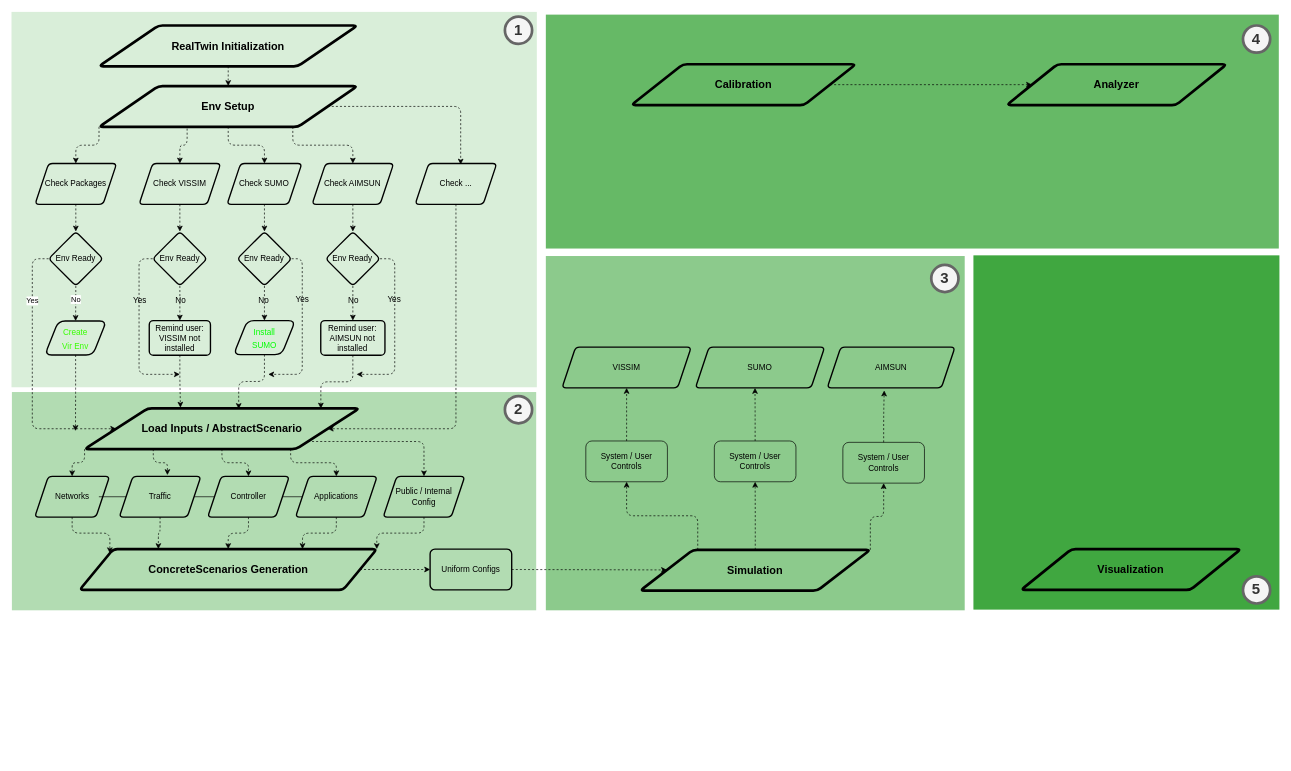
Earlier version of the draw.io diagram docs/realtwin_dev_framework.drawio (ORNL-Real-Sim/Real-Twin). Source tidied: cells renumbered, new cells numbered last; positions are measured from the earlier drawing's top-left corner, leaving out a move shared by most shapes. Both pictures are drawn from the tidied source at 68%, with x=0, y=0 at pixel (11, 12).
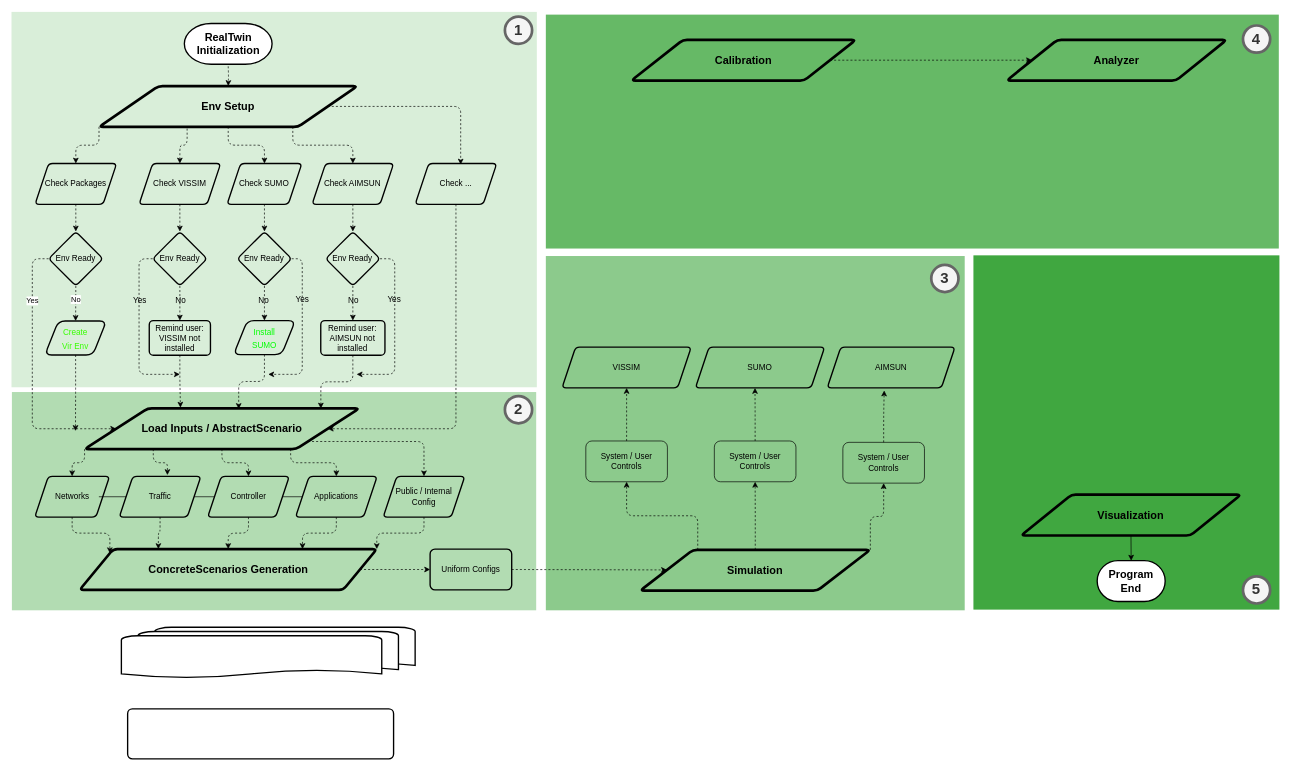
The same page after the edit.

The change refers to these unchanged cells:
```xml
<mxCell id="58" value="&lt;b&gt;&lt;font style=&quot;font-size: 16px;&quot;&gt;Env Setup&lt;/font&gt;&lt;/b&gt;" style="shape=parallelogram;html=1;strokeWidth=4;perimeter=parallelogramPerimeter;whiteSpace=wrap;rounded=1;arcSize=12;size=0.23;fillColor=none;" parent="1" vertex="1">
  <mxGeometry x="129.1" y="109" width="380" height="60" as="geometry" />
</mxCell>
```

Diff of the diagram source:
```diff
@@
-    <mxCell id="59" style="edgeStyle=orthogonalEdgeStyle;html=1;exitX=0.5;exitY=1;exitDx=0;exitDy=0;entryX=0.5;entryY=0;entryDx=0;entryDy=0;dashed=1;fontSize=12;endArrow=classic;endFill=1;" parent="1" edge="1" source="60" target="58">
-      <mxGeometry relative="1" as="geometry" />
+    <mxCell id="59" style="edgeStyle=orthogonalEdgeStyle;html=1;exitX=0.5;exitY=1;exitDx=0;exitDy=0;entryX=0.5;entryY=0;entryDx=0;entryDy=0;dashed=1;fontSize=12;endArrow=classic;endFill=1;" parent="1" edge="1" target="58">
+      <mxGeometry relative="1" as="geometry">
+        <mxPoint x="319.1" y="80" as="sourcePoint" />
+      </mxGeometry>
     </mxCell>
-    <mxCell id="60" value="&lt;b&gt;&lt;font style=&quot;font-size: 16px;&quot;&gt;RealTwin Initialization&lt;/font&gt;&lt;/b&gt;" style="shape=parallelogram;html=1;strokeWidth=4;perimeter=parallelogramPerimeter;whiteSpace=wrap;rounded=1;arcSize=12;size=0.23;fillColor=none;" parent="1" vertex="1">
-      <mxGeometry x="129.1" y="20" width="380" height="60" as="geometry" />
-    </mxCell>
@@
     <mxCell id="84" value="&lt;b&gt;&lt;font style=&quot;font-size: 16px;&quot;&gt;Calibration&lt;/font&gt;&lt;/b&gt;" style="shape=parallelogram;html=1;strokeWidth=4;perimeter=parallelogramPerimeter;whiteSpace=wrap;rounded=1;arcSize=12;size=0.23;fillColor=none;" parent="1" vertex="1">
-      <mxGeometry x="912" y="77" width="330.1" height="60" as="geometry" />
+      <mxGeometry x="912" y="41" width="330.1" height="60" as="geometry" />
     </mxCell>
     <mxCell id="85" value="&lt;b&gt;&lt;font style=&quot;font-size: 16px;&quot;&gt;Analyzer&lt;/font&gt;&lt;/b&gt;" style="shape=parallelogram;html=1;strokeWidth=4;perimeter=parallelogramPerimeter;whiteSpace=wrap;rounded=1;arcSize=12;size=0.23;fillColor=none;" parent="1" vertex="1">
-      <mxGeometry x="1464" y="77" width="323.4" height="60" as="geometry" />
+      <mxGeometry x="1464" y="41" width="323.4" height="60" as="geometry" />
     </mxCell>
+    <mxCell id="98" style="edgeStyle=none;html=1;exitX=0.5;exitY=1;exitDx=0;exitDy=0;entryX=0.5;entryY=0;entryDx=0;entryDy=0;entryPerimeter=0;fontSize=16;" parent="1" edge="1" source="86" target="99">
+      <mxGeometry relative="1" as="geometry" />
+    </mxCell>
     <mxCell id="86" value="&lt;b&gt;&lt;font style=&quot;font-size: 16px;&quot;&gt;Visualization&lt;/font&gt;&lt;/b&gt;" style="shape=parallelogram;html=1;strokeWidth=4;perimeter=parallelogramPerimeter;whiteSpace=wrap;rounded=1;arcSize=12;size=0.23;fillColor=none;" parent="1" vertex="1">
-      <mxGeometry x="1485" y="790" width="323.4" height="60" as="geometry" />
+      <mxGeometry x="1485" y="710" width="323.4" height="60" as="geometry" />
     </mxCell>
@@
+    <mxCell id="60" value="&lt;b&gt;&lt;font style=&quot;font-size: 16px;&quot;&gt;RealTwin Initialization&lt;/font&gt;&lt;/b&gt;" style="strokeWidth=2;html=1;shape=mxgraph.flowchart.terminator;whiteSpace=wrap;" parent="1" vertex="1">
+      <mxGeometry x="254.6" y="17" width="129" height="60" as="geometry" />
+    </mxCell>
+    <mxCell id="99" value="&lt;font style=&quot;font-size: 16px;&quot;&gt;&lt;b&gt;Program End&lt;/b&gt;&lt;/font&gt;" style="strokeWidth=2;html=1;shape=mxgraph.flowchart.terminator;whiteSpace=wrap;" parent="1" vertex="1">
+      <mxGeometry x="1597" y="807" width="100" height="60" as="geometry" />
+    </mxCell>
+    <mxCell id="100" style="strokeWidth=2;html=1;shape=mxgraph.flowchart.multi-document;whiteSpace=wrap;rounded=1;fontSize=16;" parent="1" vertex="1">
+      <mxGeometry x="162" y="905" width="432" height="75" as="geometry" />
+    </mxCell>
+    <mxCell id="101" style="rounded=1;whiteSpace=wrap;html=1;absoluteArcSize=1;arcSize=14;strokeWidth=2;fontSize=16;" parent="1" vertex="1">
+      <mxGeometry x="171.2" y="1025" width="391.1" height="73.5" as="geometry" />
+    </mxCell>
```
